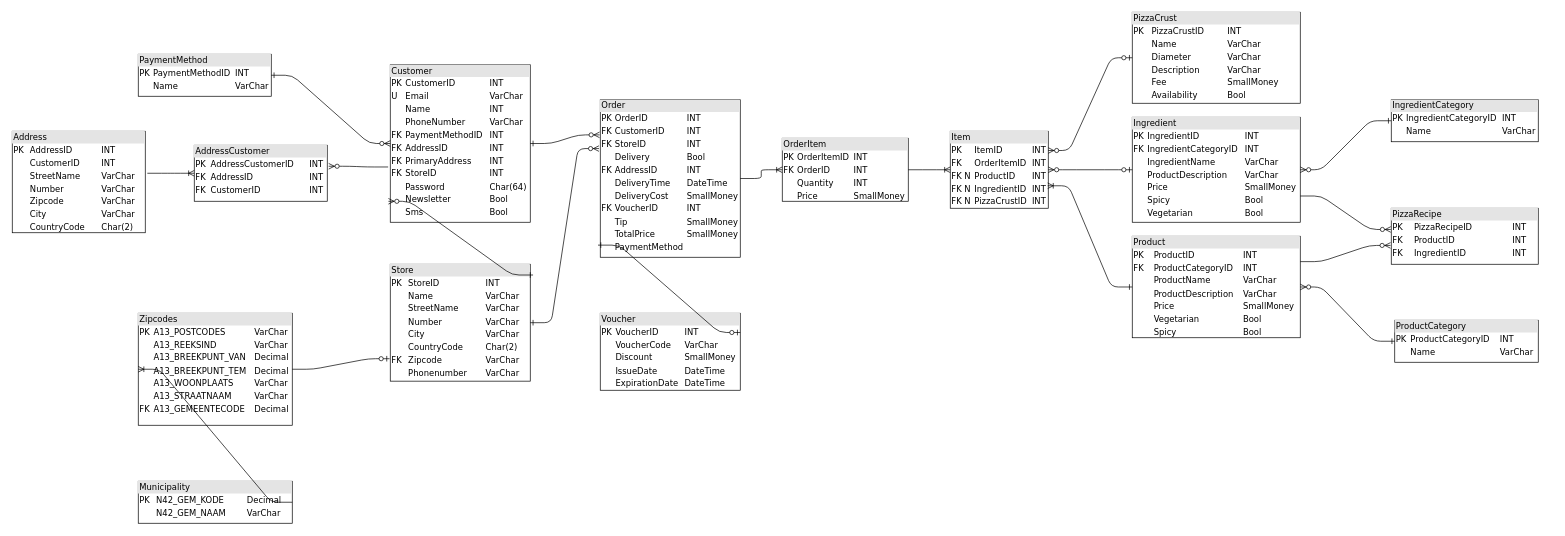
Above: DBO_huidige_situatie.drawio in SlatanEnLexSemester4/Mario-Pizza-Case (draw.io), before the change. Source tidied: cells renumbered, new cells numbered last; positions are measured from the earlier drawing's top-left corner, leaving out a move shared by most shapes. Both pictures are drawn from the tidied source at 70%, with x=0, y=0 at pixel (12, 12).
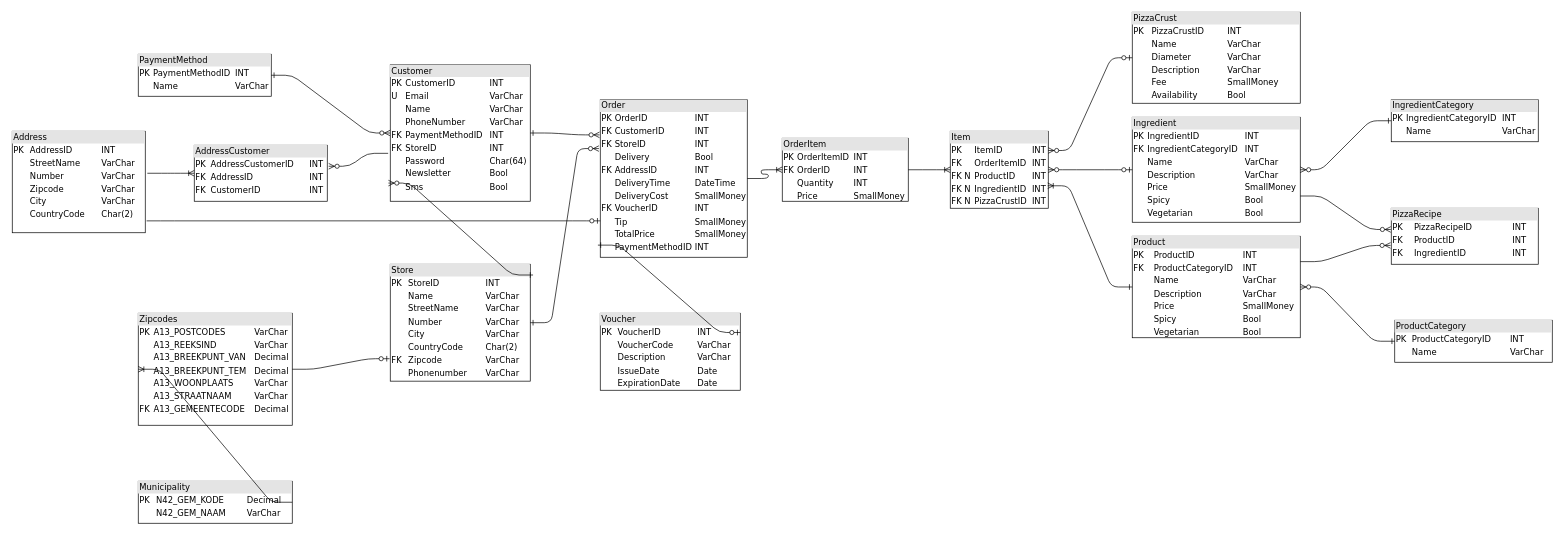
The same diagram, later.

Diff of the diagram source:
```diff
@@
-    <mxCell id="2" value="&lt;div style=&quot;box-sizing: border-box ; width: 100% ; background: #e4e4e4 ; padding: 2px&quot;&gt;Product&lt;br&gt;&lt;/div&gt;&lt;table style=&quot;width: 100% ; font-size: 1em&quot; cellspacing=&quot;0&quot; cellpadding=&quot;2&quot;&gt;&lt;tbody&gt;&lt;tr&gt;&lt;td&gt;PK&amp;nbsp;&lt;/td&gt;&lt;td&gt;&lt;br&gt;&lt;/td&gt;&lt;td&gt;ProductID&lt;/td&gt;&lt;td&gt;INT&lt;br&gt;&lt;/td&gt;&lt;/tr&gt;&lt;tr&gt;&lt;td&gt;FK&lt;/td&gt;&lt;td&gt;&lt;br&gt;&lt;/td&gt;&lt;td&gt;ProductCategoryID&lt;br&gt;&lt;/td&gt;&lt;td&gt;INT&lt;/td&gt;&lt;/tr&gt;&lt;tr&gt;&lt;td&gt;&lt;br&gt;&lt;/td&gt;&lt;td&gt;&lt;br&gt;&lt;/td&gt;&lt;td&gt;ProductName&lt;br&gt;&lt;/td&gt;&lt;td&gt;VarChar&lt;br&gt;&lt;/td&gt;&lt;/tr&gt;&lt;tr&gt;&lt;td&gt;&lt;br&gt;&lt;/td&gt;&lt;td&gt;&lt;br&gt;&lt;/td&gt;&lt;td&gt;ProductDescription&lt;br&gt;&lt;/td&gt;&lt;td&gt;VarChar&lt;br&gt;&lt;/td&gt;&lt;/tr&gt;&lt;tr&gt;&lt;td&gt;&lt;br&gt;&lt;/td&gt;&lt;td&gt;&lt;br&gt;&lt;/td&gt;&lt;td&gt;Price&lt;br&gt;&lt;/td&gt;&lt;td&gt;SmallMoney&lt;br&gt;&lt;/td&gt;&lt;/tr&gt;&lt;tr&gt;&lt;td&gt;&lt;br&gt;&lt;/td&gt;&lt;td&gt;&lt;br&gt;&lt;/td&gt;&lt;td&gt;Vegetarian&lt;br&gt;&lt;/td&gt;&lt;td&gt;Bool&lt;/td&gt;&lt;/tr&gt;&lt;tr&gt;&lt;td&gt;&lt;br&gt;&lt;/td&gt;&lt;td&gt;&lt;br&gt;&lt;/td&gt;&lt;td&gt;Spicy&lt;br&gt;&lt;/td&gt;&lt;td&gt;Bool&lt;br&gt;&lt;/td&gt;&lt;/tr&gt;&lt;/tbody&gt;&lt;/table&gt;" style="verticalAlign=top;align=left;overflow=fill;html=1;rounded=0;shadow=0;comic=0;labelBackgroundColor=none;strokeWidth=1;fontFamily=Verdana;fontSize=12;" parent="1" vertex="1">
+    <mxCell id="2" value="&lt;div style=&quot;box-sizing: border-box ; width: 100% ; background: #e4e4e4 ; padding: 2px&quot;&gt;Product&lt;br&gt;&lt;/div&gt;&lt;table style=&quot;width: 100% ; font-size: 1em&quot; cellspacing=&quot;0&quot; cellpadding=&quot;2&quot;&gt;&lt;tbody&gt;&lt;tr&gt;&lt;td&gt;PK&amp;nbsp;&lt;/td&gt;&lt;td&gt;&lt;br&gt;&lt;/td&gt;&lt;td&gt;ProductID&lt;/td&gt;&lt;td&gt;INT&lt;br&gt;&lt;/td&gt;&lt;/tr&gt;&lt;tr&gt;&lt;td&gt;FK&lt;/td&gt;&lt;td&gt;&lt;br&gt;&lt;/td&gt;&lt;td&gt;ProductCategoryID&lt;br&gt;&lt;/td&gt;&lt;td&gt;INT&lt;/td&gt;&lt;/tr&gt;&lt;tr&gt;&lt;td&gt;&lt;br&gt;&lt;/td&gt;&lt;td&gt;&lt;br&gt;&lt;/td&gt;&lt;td&gt;Name&lt;br&gt;&lt;/td&gt;&lt;td&gt;VarChar&lt;br&gt;&lt;/td&gt;&lt;/tr&gt;&lt;tr&gt;&lt;td&gt;&lt;br&gt;&lt;/td&gt;&lt;td&gt;&lt;br&gt;&lt;/td&gt;&lt;td&gt;Description&lt;br&gt;&lt;/td&gt;&lt;td&gt;VarChar&lt;br&gt;&lt;/td&gt;&lt;/tr&gt;&lt;tr&gt;&lt;td&gt;&lt;br&gt;&lt;/td&gt;&lt;td&gt;&lt;br&gt;&lt;/td&gt;&lt;td&gt;Price&lt;br&gt;&lt;/td&gt;&lt;td&gt;SmallMoney&lt;br&gt;&lt;/td&gt;&lt;/tr&gt;&lt;tr&gt;&lt;td&gt;&lt;br&gt;&lt;/td&gt;&lt;td&gt;&lt;br&gt;&lt;/td&gt;&lt;td&gt;Spicy&lt;br&gt;&lt;/td&gt;&lt;td&gt;Bool&lt;br&gt;&lt;/td&gt;&lt;/tr&gt;&lt;tr&gt;&lt;td&gt;&lt;br&gt;&lt;/td&gt;&lt;td&gt;&lt;br&gt;&lt;/td&gt;&lt;td&gt;Vegetarian&lt;br&gt;&lt;/td&gt;&lt;td&gt;Bool&lt;br&gt;&lt;/td&gt;&lt;/tr&gt;&lt;/tbody&gt;&lt;/table&gt;" style="verticalAlign=top;align=left;overflow=fill;html=1;rounded=0;shadow=0;comic=0;labelBackgroundColor=none;strokeWidth=1;fontFamily=Verdana;fontSize=12;" parent="1" vertex="1">
       <mxGeometry x="1600" y="320" width="240" height="145" as="geometry" />
     </mxCell>
@@
-    <mxCell id="5" value="&lt;div style=&quot;box-sizing: border-box ; width: 100% ; background: #e4e4e4 ; padding: 2px&quot;&gt;Ingredient&lt;br&gt;&lt;/div&gt;&lt;table style=&quot;width: 100% ; font-size: 1em&quot; cellspacing=&quot;0&quot; cellpadding=&quot;2&quot;&gt;&lt;tbody&gt;&lt;tr&gt;&lt;td&gt;PK&lt;/td&gt;&lt;td&gt;IngredientID&lt;/td&gt;&lt;td&gt;INT&lt;/td&gt;&lt;/tr&gt;&lt;tr&gt;&lt;td&gt;FK&lt;/td&gt;&lt;td&gt;IngredientCategoryID&lt;br&gt;&lt;/td&gt;&lt;td&gt;INT&lt;/td&gt;&lt;/tr&gt;&lt;tr&gt;&lt;td&gt;&lt;br&gt;&lt;/td&gt;&lt;td&gt;IngredientName&lt;br&gt;&lt;/td&gt;&lt;td&gt;VarChar&lt;/td&gt;&lt;/tr&gt;&lt;tr&gt;&lt;td&gt;&lt;br&gt;&lt;/td&gt;&lt;td&gt;ProductDescription&lt;br&gt;&lt;/td&gt;&lt;td&gt;VarChar&lt;/td&gt;&lt;/tr&gt;&lt;tr&gt;&lt;td&gt;&lt;br&gt;&lt;/td&gt;&lt;td&gt;Price&lt;br&gt;&lt;/td&gt;&lt;td&gt;SmallMoney&lt;/td&gt;&lt;/tr&gt;&lt;tr&gt;&lt;td&gt;&lt;br&gt;&lt;/td&gt;&lt;td&gt;Spicy&lt;br&gt;&lt;/td&gt;&lt;td&gt;Bool&lt;/td&gt;&lt;/tr&gt;&lt;tr&gt;&lt;td&gt;&lt;br&gt;&lt;/td&gt;&lt;td&gt;Vegetarian&lt;br&gt;&lt;/td&gt;&lt;td&gt;Bool&lt;/td&gt;&lt;/tr&gt;&lt;tr&gt;&lt;td&gt;&lt;br&gt;&lt;/td&gt;&lt;td&gt;&lt;br&gt;&lt;/td&gt;&lt;td&gt;&lt;br&gt;&lt;/td&gt;&lt;/tr&gt;&lt;tr&gt;&lt;td&gt;&lt;br&gt;&lt;/td&gt;&lt;td&gt;&lt;br&gt;&lt;/td&gt;&lt;td&gt;&lt;br&gt;&lt;/td&gt;&lt;/tr&gt;&lt;tr&gt;&lt;td&gt;&lt;br&gt;&lt;/td&gt;&lt;td&gt;&lt;br&gt;&lt;/td&gt;&lt;td&gt;&lt;br&gt;&lt;/td&gt;&lt;/tr&gt;&lt;/tbody&gt;&lt;/table&gt;" style="verticalAlign=top;align=left;overflow=fill;html=1;rounded=0;shadow=0;comic=0;labelBackgroundColor=none;strokeWidth=1;fontFamily=Verdana;fontSize=12;" parent="1" vertex="1">
+    <mxCell id="5" value="&lt;div style=&quot;box-sizing: border-box ; width: 100% ; background: #e4e4e4 ; padding: 2px&quot;&gt;Ingredient&lt;br&gt;&lt;/div&gt;&lt;table style=&quot;width: 100% ; font-size: 1em&quot; cellspacing=&quot;0&quot; cellpadding=&quot;2&quot;&gt;&lt;tbody&gt;&lt;tr&gt;&lt;td&gt;PK&lt;/td&gt;&lt;td&gt;IngredientID&lt;/td&gt;&lt;td&gt;INT&lt;/td&gt;&lt;/tr&gt;&lt;tr&gt;&lt;td&gt;FK&lt;/td&gt;&lt;td&gt;IngredientCategoryID&lt;br&gt;&lt;/td&gt;&lt;td&gt;INT&lt;/td&gt;&lt;/tr&gt;&lt;tr&gt;&lt;td&gt;&lt;br&gt;&lt;/td&gt;&lt;td&gt;Name&lt;br&gt;&lt;/td&gt;&lt;td&gt;VarChar&lt;/td&gt;&lt;/tr&gt;&lt;tr&gt;&lt;td&gt;&lt;br&gt;&lt;/td&gt;&lt;td&gt;Description&lt;br&gt;&lt;/td&gt;&lt;td&gt;VarChar&lt;/td&gt;&lt;/tr&gt;&lt;tr&gt;&lt;td&gt;&lt;br&gt;&lt;/td&gt;&lt;td&gt;Price&lt;br&gt;&lt;/td&gt;&lt;td&gt;SmallMoney&lt;/td&gt;&lt;/tr&gt;&lt;tr&gt;&lt;td&gt;&lt;br&gt;&lt;/td&gt;&lt;td&gt;Spicy&lt;br&gt;&lt;/td&gt;&lt;td&gt;Bool&lt;/td&gt;&lt;/tr&gt;&lt;tr&gt;&lt;td&gt;&lt;br&gt;&lt;/td&gt;&lt;td&gt;Vegetarian&lt;br&gt;&lt;/td&gt;&lt;td&gt;Bool&lt;/td&gt;&lt;/tr&gt;&lt;tr&gt;&lt;td&gt;&lt;br&gt;&lt;/td&gt;&lt;td&gt;&lt;br&gt;&lt;/td&gt;&lt;td&gt;&lt;br&gt;&lt;/td&gt;&lt;/tr&gt;&lt;tr&gt;&lt;td&gt;&lt;br&gt;&lt;/td&gt;&lt;td&gt;&lt;br&gt;&lt;/td&gt;&lt;td&gt;&lt;br&gt;&lt;/td&gt;&lt;/tr&gt;&lt;tr&gt;&lt;td&gt;&lt;br&gt;&lt;/td&gt;&lt;td&gt;&lt;br&gt;&lt;/td&gt;&lt;td&gt;&lt;br&gt;&lt;/td&gt;&lt;/tr&gt;&lt;/tbody&gt;&lt;/table&gt;" style="verticalAlign=top;align=left;overflow=fill;html=1;rounded=0;shadow=0;comic=0;labelBackgroundColor=none;strokeWidth=1;fontFamily=Verdana;fontSize=12;" parent="1" vertex="1">
       <mxGeometry x="1600" y="150" width="240" height="150" as="geometry" />
     </mxCell>
@@
-    <mxCell id="8" value="&lt;div style=&quot;box-sizing: border-box ; width: 100% ; background: #e4e4e4 ; padding: 2px&quot;&gt;ProductCategory&lt;br&gt;&lt;/div&gt;&lt;table style=&quot;width: 100% ; font-size: 1em&quot; cellspacing=&quot;0&quot; cellpadding=&quot;2&quot;&gt;&lt;tbody&gt;&lt;tr&gt;&lt;td&gt;PK&lt;/td&gt;&lt;td&gt;ProductCategoryID&lt;br&gt;&lt;/td&gt;&lt;td&gt;INT&lt;/td&gt;&lt;/tr&gt;&lt;tr&gt;&lt;td&gt;&lt;/td&gt;&lt;td&gt;Name&lt;br&gt;&lt;/td&gt;&lt;td&gt;VarChar&lt;/td&gt;&lt;/tr&gt;&lt;/tbody&gt;&lt;/table&gt;" style="verticalAlign=top;align=left;overflow=fill;html=1;rounded=0;shadow=0;comic=0;labelBackgroundColor=none;strokeWidth=1;fontFamily=Verdana;fontSize=12;" parent="1" vertex="1">
-      <mxGeometry x="1975" y="440" width="205" height="60" as="geometry" />
+    <mxCell id="8" value="&lt;div style=&quot;box-sizing: border-box ; width: 100% ; background: #e4e4e4 ; padding: 2px&quot;&gt;ProductCategory&lt;br&gt;&lt;/div&gt;&lt;table style=&quot;width: 100% ; font-size: 1em&quot; cellspacing=&quot;0&quot; cellpadding=&quot;2&quot;&gt;&lt;tbody&gt;&lt;tr&gt;&lt;td&gt;PK&lt;/td&gt;&lt;td&gt;ProductCategoryID&lt;br&gt;&lt;/td&gt;&lt;td&gt;INT&lt;/td&gt;&lt;/tr&gt;&lt;tr&gt;&lt;td&gt;&lt;br&gt;&lt;/td&gt;&lt;td&gt;Name&lt;br&gt;&lt;/td&gt;&lt;td&gt;VarChar&lt;/td&gt;&lt;/tr&gt;&lt;/tbody&gt;&lt;/table&gt;" style="verticalAlign=top;align=left;overflow=fill;html=1;rounded=0;shadow=0;comic=0;labelBackgroundColor=none;strokeWidth=1;fontFamily=Verdana;fontSize=12;" parent="1" vertex="1">
+      <mxGeometry x="1975" y="440" width="225" height="60" as="geometry" />
     </mxCell>
@@
-    <mxCell id="14" value="&lt;div style=&quot;box-sizing: border-box ; width: 100% ; background: #e4e4e4 ; padding: 2px&quot;&gt;Order&lt;br&gt;&lt;/div&gt;&lt;table style=&quot;width: 100% ; font-size: 1em&quot; cellspacing=&quot;0&quot; cellpadding=&quot;2&quot;&gt;&lt;tbody&gt;&lt;tr&gt;&lt;td&gt;PK&lt;/td&gt;&lt;td&gt;OrderID&lt;br&gt;&lt;/td&gt;&lt;td&gt;INT&lt;/td&gt;&lt;/tr&gt;&lt;tr&gt;&lt;td&gt;FK&lt;/td&gt;&lt;td&gt;CustomerID&lt;br&gt;&lt;/td&gt;&lt;td&gt;INT&lt;/td&gt;&lt;/tr&gt;&lt;tr&gt;&lt;td&gt;FK&lt;/td&gt;&lt;td&gt;StoreID&lt;/td&gt;&lt;td&gt;INT&lt;/td&gt;&lt;/tr&gt;&lt;tr&gt;&lt;td&gt;&lt;br&gt;&lt;/td&gt;&lt;td&gt;Delivery&lt;/td&gt;&lt;td&gt;Bool&lt;/td&gt;&lt;/tr&gt;&lt;tr&gt;&lt;td&gt;FK&lt;/td&gt;&lt;td&gt;AddressID&lt;/td&gt;&lt;td&gt;INT&lt;/td&gt;&lt;/tr&gt;&lt;tr&gt;&lt;td&gt;&lt;br&gt;&lt;/td&gt;&lt;td&gt;DeliveryTime&lt;/td&gt;&lt;td&gt;DateTime&lt;/td&gt;&lt;/tr&gt;&lt;tr&gt;&lt;td&gt;&lt;br&gt;&lt;/td&gt;&lt;td&gt;DeliveryCost&lt;/td&gt;&lt;td&gt;SmallMoney&lt;/td&gt;&lt;/tr&gt;&lt;tr&gt;&lt;td&gt;FK&lt;/td&gt;&lt;td&gt;VoucherID&lt;/td&gt;&lt;td&gt;INT&lt;/td&gt;&lt;/tr&gt;&lt;tr&gt;&lt;td&gt;&lt;br&gt;&lt;/td&gt;&lt;td&gt;Tip&lt;/td&gt;&lt;td&gt;SmallMoney&lt;br&gt;&lt;/td&gt;&lt;/tr&gt;&lt;tr&gt;&lt;td&gt;&lt;br&gt;&lt;/td&gt;&lt;td&gt;TotalPrice&lt;br&gt;&lt;/td&gt;&lt;td&gt;SmallMoney&lt;br&gt;&lt;/td&gt;&lt;/tr&gt;&lt;tr&gt;&lt;td&gt;&lt;br&gt;&lt;/td&gt;&lt;td&gt;PaymentMethod&lt;/td&gt;&lt;td&gt;&lt;br&gt;&lt;/td&gt;&lt;/tr&gt;&lt;/tbody&gt;&lt;/table&gt;" style="verticalAlign=top;align=left;overflow=fill;html=1;rounded=0;shadow=0;comic=0;labelBackgroundColor=none;strokeWidth=1;fontFamily=Verdana;fontSize=12;" parent="1" vertex="1">
-      <mxGeometry x="840" y="125" width="200" height="225" as="geometry" />
+    <mxCell id="14" value="&lt;div style=&quot;box-sizing: border-box ; width: 100% ; background: #e4e4e4 ; padding: 2px&quot;&gt;Order&lt;br&gt;&lt;/div&gt;&lt;table style=&quot;width: 100% ; font-size: 1em&quot; cellspacing=&quot;0&quot; cellpadding=&quot;2&quot;&gt;&lt;tbody&gt;&lt;tr&gt;&lt;td&gt;PK&lt;/td&gt;&lt;td&gt;OrderID&lt;br&gt;&lt;/td&gt;&lt;td&gt;INT&lt;/td&gt;&lt;/tr&gt;&lt;tr&gt;&lt;td&gt;FK&lt;/td&gt;&lt;td&gt;CustomerID&lt;br&gt;&lt;/td&gt;&lt;td&gt;INT&lt;/td&gt;&lt;/tr&gt;&lt;tr&gt;&lt;td&gt;FK&lt;/td&gt;&lt;td&gt;StoreID&lt;/td&gt;&lt;td&gt;INT&lt;/td&gt;&lt;/tr&gt;&lt;tr&gt;&lt;td&gt;&lt;br&gt;&lt;/td&gt;&lt;td&gt;Delivery&lt;/td&gt;&lt;td&gt;Bool&lt;/td&gt;&lt;/tr&gt;&lt;tr&gt;&lt;td&gt;FK&lt;/td&gt;&lt;td&gt;AddressID&lt;/td&gt;&lt;td&gt;INT&lt;/td&gt;&lt;/tr&gt;&lt;tr&gt;&lt;td&gt;&lt;br&gt;&lt;/td&gt;&lt;td&gt;DeliveryTime&lt;/td&gt;&lt;td&gt;DateTime&lt;/td&gt;&lt;/tr&gt;&lt;tr&gt;&lt;td&gt;&lt;br&gt;&lt;/td&gt;&lt;td&gt;DeliveryCost&lt;/td&gt;&lt;td&gt;SmallMoney&lt;/td&gt;&lt;/tr&gt;&lt;tr&gt;&lt;td&gt;FK&lt;/td&gt;&lt;td&gt;VoucherID&lt;/td&gt;&lt;td&gt;INT&lt;/td&gt;&lt;/tr&gt;&lt;tr&gt;&lt;td&gt;&lt;br&gt;&lt;/td&gt;&lt;td&gt;Tip&lt;/td&gt;&lt;td&gt;SmallMoney&lt;br&gt;&lt;/td&gt;&lt;/tr&gt;&lt;tr&gt;&lt;td&gt;&lt;br&gt;&lt;/td&gt;&lt;td&gt;TotalPrice&lt;br&gt;&lt;/td&gt;&lt;td&gt;SmallMoney&lt;br&gt;&lt;/td&gt;&lt;/tr&gt;&lt;tr&gt;&lt;td&gt;&lt;br&gt;&lt;/td&gt;&lt;td&gt;PaymentMethodID&lt;/td&gt;&lt;td&gt;INT&lt;br&gt;&lt;/td&gt;&lt;/tr&gt;&lt;/tbody&gt;&lt;/table&gt;" style="verticalAlign=top;align=left;overflow=fill;html=1;rounded=0;shadow=0;comic=0;labelBackgroundColor=none;strokeWidth=1;fontFamily=Verdana;fontSize=12;" parent="1" vertex="1">
+      <mxGeometry x="840" y="125" width="210" height="225" as="geometry" />
     </mxCell>
-    <mxCell id="15" value="&lt;div style=&quot;box-sizing: border-box ; width: 100% ; background: #e4e4e4 ; padding: 2px&quot;&gt;Customer&lt;br&gt;&lt;/div&gt;&lt;table style=&quot;width: 100% ; font-size: 1em&quot; cellspacing=&quot;0&quot; cellpadding=&quot;2&quot;&gt;&lt;tbody&gt;&lt;tr&gt;&lt;td&gt;PK&lt;/td&gt;&lt;td&gt;CustomerID&lt;br&gt;&lt;/td&gt;&lt;td&gt;INT&lt;/td&gt;&lt;/tr&gt;&lt;tr&gt;&lt;td&gt;U&lt;/td&gt;&lt;td&gt;Email&lt;br&gt;&lt;/td&gt;&lt;td&gt;VarChar&lt;/td&gt;&lt;/tr&gt;&lt;tr&gt;&lt;td&gt;&lt;br&gt;&lt;/td&gt;&lt;td&gt;Name&lt;/td&gt;&lt;td&gt;INT&lt;/td&gt;&lt;/tr&gt;&lt;tr&gt;&lt;td&gt;&lt;br&gt;&lt;/td&gt;&lt;td&gt;PhoneNumber&lt;/td&gt;&lt;td&gt;VarChar&lt;/td&gt;&lt;/tr&gt;&lt;tr&gt;&lt;td&gt;FK&lt;/td&gt;&lt;td&gt;PaymentMethodID&lt;/td&gt;&lt;td&gt;INT&lt;/td&gt;&lt;/tr&gt;&lt;tr&gt;&lt;td&gt;FK&lt;/td&gt;&lt;td&gt;AddressID&lt;br&gt;&lt;/td&gt;&lt;td&gt;INT&lt;/td&gt;&lt;/tr&gt;&lt;tr&gt;&lt;td&gt;FK&lt;/td&gt;&lt;td&gt;PrimaryAddress&lt;/td&gt;&lt;td&gt;INT&lt;/td&gt;&lt;/tr&gt;&lt;tr&gt;&lt;td&gt;FK&lt;/td&gt;&lt;td&gt;StoreID&lt;/td&gt;&lt;td&gt;INT&lt;/td&gt;&lt;/tr&gt;&lt;tr&gt;&lt;td&gt;&lt;br&gt;&lt;/td&gt;&lt;td&gt;Password&lt;/td&gt;&lt;td&gt;Char(64)&lt;/td&gt;&lt;/tr&gt;&lt;tr&gt;&lt;td&gt;&lt;br&gt;&lt;/td&gt;&lt;td&gt;Newsletter&lt;/td&gt;&lt;td&gt;Bool&lt;/td&gt;&lt;/tr&gt;&lt;tr&gt;&lt;td&gt;&lt;br&gt;&lt;/td&gt;&lt;td&gt;Sms&lt;/td&gt;&lt;td&gt;Bool&lt;/td&gt;&lt;/tr&gt;&lt;/tbody&gt;&lt;/table&gt;" style="verticalAlign=top;align=left;overflow=fill;html=1;rounded=0;shadow=0;comic=0;labelBackgroundColor=none;strokeWidth=1;fontFamily=Verdana;fontSize=12;" parent="1" vertex="1">
-      <mxGeometry x="540" y="75" width="200" height="225" as="geometry" />
+    <mxCell id="15" value="&lt;div style=&quot;box-sizing: border-box ; width: 100% ; background: #e4e4e4 ; padding: 2px&quot;&gt;Customer&lt;br&gt;&lt;/div&gt;&lt;table style=&quot;width: 100% ; font-size: 1em&quot; cellspacing=&quot;0&quot; cellpadding=&quot;2&quot;&gt;&lt;tbody&gt;&lt;tr&gt;&lt;td&gt;PK&lt;/td&gt;&lt;td&gt;CustomerID&lt;br&gt;&lt;/td&gt;&lt;td&gt;INT&lt;/td&gt;&lt;/tr&gt;&lt;tr&gt;&lt;td&gt;U&lt;/td&gt;&lt;td&gt;Email&lt;br&gt;&lt;/td&gt;&lt;td&gt;VarChar&lt;/td&gt;&lt;/tr&gt;&lt;tr&gt;&lt;td&gt;&lt;br&gt;&lt;/td&gt;&lt;td&gt;Name&lt;/td&gt;&lt;td&gt;VarChar&lt;br&gt;&lt;/td&gt;&lt;/tr&gt;&lt;tr&gt;&lt;td&gt;&lt;br&gt;&lt;/td&gt;&lt;td&gt;PhoneNumber&lt;/td&gt;&lt;td&gt;VarChar&lt;/td&gt;&lt;/tr&gt;&lt;tr&gt;&lt;td&gt;FK&lt;/td&gt;&lt;td&gt;PaymentMethodID&lt;/td&gt;&lt;td&gt;INT&lt;/td&gt;&lt;/tr&gt;&lt;tr&gt;&lt;td&gt;FK&lt;/td&gt;&lt;td&gt;StoreID&lt;/td&gt;&lt;td&gt;INT&lt;/td&gt;&lt;/tr&gt;&lt;tr&gt;&lt;td&gt;&lt;br&gt;&lt;/td&gt;&lt;td&gt;Password&lt;/td&gt;&lt;td&gt;Char(64)&lt;/td&gt;&lt;/tr&gt;&lt;tr&gt;&lt;td&gt;&lt;br&gt;&lt;/td&gt;&lt;td&gt;Newsletter&lt;/td&gt;&lt;td&gt;Bool&lt;/td&gt;&lt;/tr&gt;&lt;tr&gt;&lt;td&gt;&lt;br&gt;&lt;/td&gt;&lt;td&gt;Sms&lt;/td&gt;&lt;td&gt;Bool&lt;/td&gt;&lt;/tr&gt;&lt;/tbody&gt;&lt;/table&gt;" style="verticalAlign=top;align=left;overflow=fill;html=1;rounded=0;shadow=0;comic=0;labelBackgroundColor=none;strokeWidth=1;fontFamily=Verdana;fontSize=12;" parent="1" vertex="1">
+      <mxGeometry x="540" y="75" width="200" height="195" as="geometry" />
     </mxCell>
@@
-    <mxCell id="17" value="&lt;div style=&quot;box-sizing: border-box ; width: 100% ; background: #e4e4e4 ; padding: 2px&quot;&gt;Address&lt;br&gt;&lt;/div&gt;&lt;table style=&quot;width: 100% ; font-size: 1em&quot; cellspacing=&quot;0&quot; cellpadding=&quot;2&quot;&gt;&lt;tbody&gt;&lt;tr&gt;&lt;td&gt;PK&lt;/td&gt;&lt;td&gt;AddressID&lt;br&gt;&lt;/td&gt;&lt;td&gt;INT&lt;/td&gt;&lt;/tr&gt;&lt;tr&gt;&lt;td&gt;&lt;br&gt;&lt;/td&gt;&lt;td&gt;CustomerID&lt;br&gt;&lt;/td&gt;&lt;td&gt;INT&lt;/td&gt;&lt;/tr&gt;&lt;tr&gt;&lt;td&gt;&lt;br&gt;&lt;/td&gt;&lt;td&gt;StreetName&lt;/td&gt;&lt;td&gt;VarChar&lt;/td&gt;&lt;/tr&gt;&lt;tr&gt;&lt;td&gt;&lt;br&gt;&lt;/td&gt;&lt;td&gt;Number&lt;/td&gt;&lt;td&gt;VarChar&lt;/td&gt;&lt;/tr&gt;&lt;tr&gt;&lt;td&gt;&lt;br&gt;&lt;/td&gt;&lt;td&gt;Zipcode&lt;/td&gt;&lt;td&gt;VarChar&lt;/td&gt;&lt;/tr&gt;&lt;tr&gt;&lt;td&gt;&lt;br&gt;&lt;/td&gt;&lt;td&gt;City&lt;/td&gt;&lt;td&gt;VarChar&lt;/td&gt;&lt;/tr&gt;&lt;tr&gt;&lt;td&gt;&lt;br&gt;&lt;/td&gt;&lt;td&gt;CountryCode&lt;/td&gt;&lt;td&gt;Char(2)&lt;/td&gt;&lt;/tr&gt;&lt;/tbody&gt;&lt;/table&gt;" style="verticalAlign=top;align=left;overflow=fill;html=1;rounded=0;shadow=0;comic=0;labelBackgroundColor=none;strokeWidth=1;fontFamily=Verdana;fontSize=12;" parent="1" vertex="1">
+    <mxCell id="17" value="&lt;div style=&quot;box-sizing: border-box ; width: 100% ; background: #e4e4e4 ; padding: 2px&quot;&gt;Address&lt;br&gt;&lt;/div&gt;&lt;table style=&quot;width: 100% ; font-size: 1em&quot; cellspacing=&quot;0&quot; cellpadding=&quot;2&quot;&gt;&lt;tbody&gt;&lt;tr&gt;&lt;td&gt;PK&lt;/td&gt;&lt;td&gt;AddressID&lt;br&gt;&lt;/td&gt;&lt;td&gt;INT&lt;/td&gt;&lt;/tr&gt;&lt;tr&gt;&lt;td&gt;&lt;br&gt;&lt;/td&gt;&lt;td&gt;StreetName&lt;/td&gt;&lt;td&gt;VarChar&lt;/td&gt;&lt;/tr&gt;&lt;tr&gt;&lt;td&gt;&lt;br&gt;&lt;/td&gt;&lt;td&gt;Number&lt;/td&gt;&lt;td&gt;VarChar&lt;/td&gt;&lt;/tr&gt;&lt;tr&gt;&lt;td&gt;&lt;br&gt;&lt;/td&gt;&lt;td&gt;Zipcode&lt;/td&gt;&lt;td&gt;VarChar&lt;/td&gt;&lt;/tr&gt;&lt;tr&gt;&lt;td&gt;&lt;br&gt;&lt;/td&gt;&lt;td&gt;City&lt;/td&gt;&lt;td&gt;VarChar&lt;/td&gt;&lt;/tr&gt;&lt;tr&gt;&lt;td&gt;&lt;br&gt;&lt;/td&gt;&lt;td&gt;CountryCode&lt;/td&gt;&lt;td&gt;Char(2)&lt;/td&gt;&lt;/tr&gt;&lt;/tbody&gt;&lt;/table&gt;" style="verticalAlign=top;align=left;overflow=fill;html=1;rounded=0;shadow=0;comic=0;labelBackgroundColor=none;strokeWidth=1;fontFamily=Verdana;fontSize=12;" parent="1" vertex="1">
       <mxGeometry y="170" width="190" height="145" as="geometry" />
     </mxCell>
-    <mxCell id="18" value="&lt;div style=&quot;box-sizing: border-box ; width: 100% ; background: #e4e4e4 ; padding: 2px&quot;&gt;Voucher&lt;br&gt;&lt;/div&gt;&lt;table style=&quot;width: 100% ; font-size: 1em&quot; cellspacing=&quot;0&quot; cellpadding=&quot;2&quot;&gt;&lt;tbody&gt;&lt;tr&gt;&lt;td&gt;PK&lt;/td&gt;&lt;td&gt;VoucherID&lt;br&gt;&lt;/td&gt;&lt;td&gt;INT&lt;br&gt;&lt;/td&gt;&lt;/tr&gt;&lt;tr&gt;&lt;td&gt;&lt;br&gt;&lt;/td&gt;&lt;td&gt;VoucherCode&lt;/td&gt;&lt;td&gt;VarChar&lt;/td&gt;&lt;/tr&gt;&lt;tr&gt;&lt;td&gt;&lt;br&gt;&lt;/td&gt;&lt;td&gt;Discount&lt;/td&gt;&lt;td&gt;SmallMoney&lt;/td&gt;&lt;/tr&gt;&lt;tr&gt;&lt;td&gt;&lt;br&gt;&lt;/td&gt;&lt;td&gt;IssueDate&lt;/td&gt;&lt;td&gt;DateTime&lt;/td&gt;&lt;/tr&gt;&lt;tr&gt;&lt;td&gt;&lt;br&gt;&lt;/td&gt;&lt;td&gt;ExpirationDate&lt;/td&gt;&lt;td&gt;DateTime&lt;br&gt;&lt;/td&gt;&lt;/tr&gt;&lt;/tbody&gt;&lt;/table&gt;" style="verticalAlign=top;align=left;overflow=fill;html=1;rounded=0;shadow=0;comic=0;labelBackgroundColor=none;strokeWidth=1;fontFamily=Verdana;fontSize=12;" parent="1" vertex="1">
+    <mxCell id="18" value="&lt;div style=&quot;box-sizing: border-box ; width: 100% ; background: #e4e4e4 ; padding: 2px&quot;&gt;Voucher&lt;br&gt;&lt;/div&gt;&lt;table style=&quot;width: 100% ; font-size: 1em&quot; cellspacing=&quot;0&quot; cellpadding=&quot;2&quot;&gt;&lt;tbody&gt;&lt;tr&gt;&lt;td&gt;PK&lt;/td&gt;&lt;td&gt;VoucherID&lt;br&gt;&lt;/td&gt;&lt;td&gt;INT&lt;br&gt;&lt;/td&gt;&lt;/tr&gt;&lt;tr&gt;&lt;td&gt;&lt;br&gt;&lt;/td&gt;&lt;td&gt;VoucherCode&lt;/td&gt;&lt;td&gt;VarChar&lt;/td&gt;&lt;/tr&gt;&lt;tr&gt;&lt;td&gt;&lt;br&gt;&lt;/td&gt;&lt;td&gt;Description&lt;/td&gt;&lt;td&gt;VarChar&lt;br&gt;&lt;/td&gt;&lt;/tr&gt;&lt;tr&gt;&lt;td&gt;&lt;br&gt;&lt;/td&gt;&lt;td&gt;IssueDate&lt;/td&gt;&lt;td&gt;Date&lt;/td&gt;&lt;/tr&gt;&lt;tr&gt;&lt;td&gt;&lt;br&gt;&lt;/td&gt;&lt;td&gt;ExpirationDate&lt;/td&gt;&lt;td&gt;Date&lt;br&gt;&lt;/td&gt;&lt;/tr&gt;&lt;/tbody&gt;&lt;/table&gt;" style="verticalAlign=top;align=left;overflow=fill;html=1;rounded=0;shadow=0;comic=0;labelBackgroundColor=none;strokeWidth=1;fontFamily=Verdana;fontSize=12;" parent="1" vertex="1">
       <mxGeometry x="840" y="430" width="200" height="110" as="geometry" />
     </mxCell>
@@
+    <mxCell id="40" style="edgeStyle=entityRelationEdgeStyle;fontSize=12;html=1;endArrow=ERzeroToOne;endFill=1;exitX=1.01;exitY=0.883;exitDx=0;exitDy=0;exitPerimeter=0;" parent="1" edge="1" source="17">
+      <mxGeometry relative="1" as="geometry">
+        <mxPoint x="840" y="298" as="targetPoint" />
+      </mxGeometry>
+    </mxCell>
```
